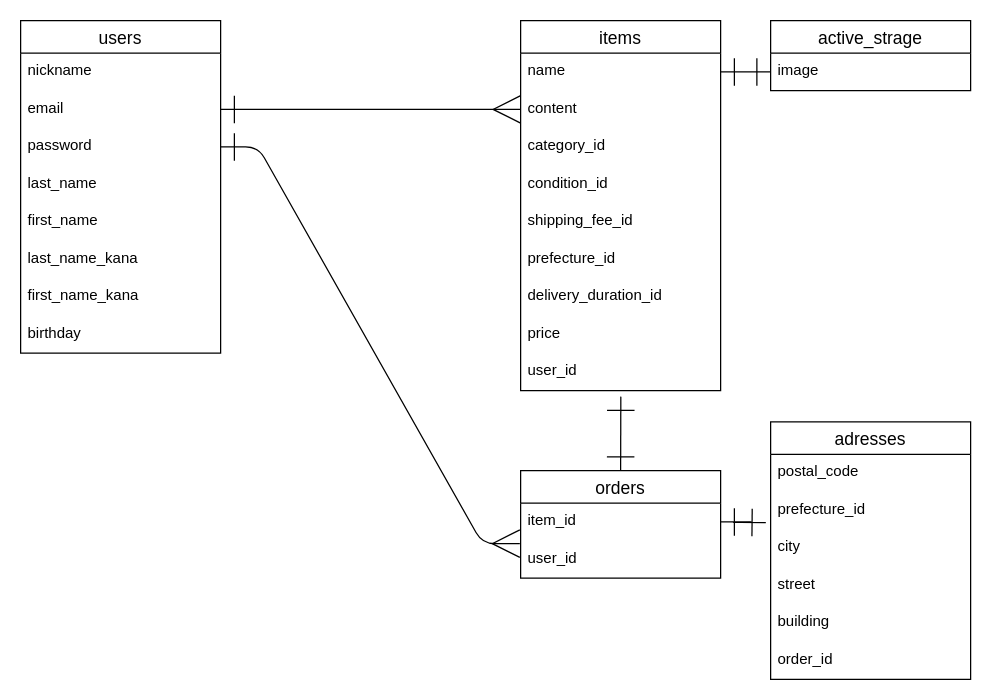
Earlier version of the draw.io diagram furima.dio (KEYproducts/furima-39283). Source tidied: cells renumbered, new cells numbered last; positions are measured from the earlier drawing's top-left corner, leaving out a move shared by most shapes. Both pictures are drawn from the tidied source at 125%, with x=0, y=0 at pixel (20, 20).
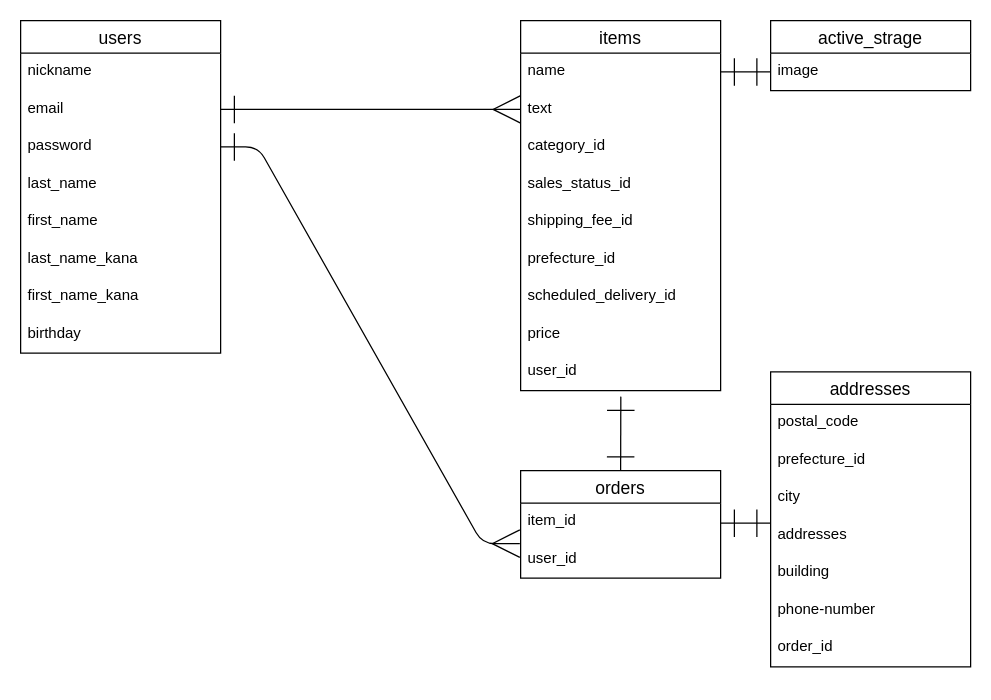
Above is the later version.

Commit message (it also covers changes not shown here):
ER図・READMEの変更

itemsテーブル/aderessesテーブル
・カラム名をid名と整合性のとれたものに変更

The change refers to these unchanged cells:
```xml
<mxCell id="13" value="items" style="swimlane;fontStyle=0;horizontal=1;startSize=26;align=center;fontSize=14;" parent="1" vertex="1">
  <mxGeometry x="400" width="160" height="296" as="geometry" />
</mxCell>
<mxCell id="25" value="item_id" style="text;strokeColor=none;fillColor=none;spacingLeft=4;spacingRight=4;overflow=hidden;points=[[0,0.5],[1,0.5]];portConstraint=eastwest;fontSize=12;" parent="24" vertex="1">
  <mxGeometry y="26" width="160" height="30" as="geometry" />
</mxCell>
<mxCell id="29" value="prefecture_id" style="text;strokeColor=none;fillColor=none;spacingLeft=4;spacingRight=4;overflow=hidden;points=[[0,0.5],[1,0.5]];portConstraint=eastwest;fontSize=12;" parent="27" vertex="1">
  <mxGeometry y="56" width="160" height="30" as="geometry" />
</mxCell>
```

Change to the diagram source:
```diff
@@
-    <mxCell id="15" value="content" style="text;strokeColor=none;fillColor=none;spacingLeft=4;spacingRight=4;overflow=hidden;points=[[0,0.5],[1,0.5]];portConstraint=eastwest;fontSize=12;" parent="13" vertex="1">
+    <mxCell id="15" value="text" style="text;strokeColor=none;fillColor=none;spacingLeft=4;spacingRight=4;overflow=hidden;points=[[0,0.5],[1,0.5]];portConstraint=eastwest;fontSize=12;" parent="13" vertex="1">
       <mxGeometry y="56" width="160" height="30" as="geometry" />
     </mxCell>
@@
-    <mxCell id="17" value="condition_id" style="text;strokeColor=none;fillColor=none;spacingLeft=4;spacingRight=4;overflow=hidden;fontSize=12;" parent="13" vertex="1">
+    <mxCell id="17" value="sales_status_id" style="text;strokeColor=none;fillColor=none;spacingLeft=4;spacingRight=4;overflow=hidden;fontSize=12;" parent="13" vertex="1">
       <mxGeometry y="116" width="160" height="30" as="geometry" />
     </mxCell>
@@
-    <mxCell id="20" value="delivery_duration_id" style="text;strokeColor=none;fillColor=none;spacingLeft=4;spacingRight=4;overflow=hidden;fontSize=12;" parent="13" vertex="1">
+    <mxCell id="20" value="scheduled_delivery_id" style="text;strokeColor=none;fillColor=none;spacingLeft=4;spacingRight=4;overflow=hidden;fontSize=12;" parent="13" vertex="1">
       <mxGeometry y="206" width="160" height="30" as="geometry" />
     </mxCell>
@@
-    <mxCell id="27" value="adresses" style="swimlane;fontStyle=0;horizontal=1;startSize=26;align=center;fontSize=14;" parent="1" vertex="1">
-      <mxGeometry x="600" y="321" width="160" height="206" as="geometry" />
+    <mxCell id="27" value="addresses" style="swimlane;fontStyle=0;horizontal=1;startSize=26;align=center;fontSize=14;" parent="1" vertex="1">
+      <mxGeometry x="600" y="281" width="160" height="236" as="geometry" />
     </mxCell>
@@
-    <mxCell id="31" value="street" style="text;strokeColor=none;fillColor=none;spacingLeft=4;spacingRight=4;overflow=hidden;fontSize=12;" parent="27" vertex="1">
+    <mxCell id="31" value="addresses" style="text;strokeColor=none;fillColor=none;spacingLeft=4;spacingRight=4;overflow=hidden;fontSize=12;" parent="27" vertex="1">
       <mxGeometry y="116" width="160" height="30" as="geometry" />
     </mxCell>
@@
+    <mxCell id="38" value="phone-number" style="text;strokeColor=none;fillColor=none;spacingLeft=4;spacingRight=4;overflow=hidden;fontSize=12;" parent="27" vertex="1">
+      <mxGeometry y="176" width="160" height="30" as="geometry" />
+    </mxCell>
     <mxCell id="33" value="order_id" style="text;strokeColor=none;fillColor=none;spacingLeft=4;spacingRight=4;overflow=hidden;fontSize=12;" parent="27" vertex="1">
-      <mxGeometry y="176" width="160" height="30" as="geometry" />
+      <mxGeometry y="206" width="160" height="30" as="geometry" />
     </mxCell>
@@
-    <mxCell id="37" style="edgeStyle=entityRelationEdgeStyle;html=1;exitX=1;exitY=0.5;exitDx=0;exitDy=0;entryX=-0.024;entryY=0.82;entryDx=0;entryDy=0;entryPerimeter=0;startArrow=ERone;startFill=0;endArrow=ERone;endFill=0;startSize=20;endSize=20;" parent="1" edge="1" source="25" target="29">
-      <mxGeometry relative="1" as="geometry" />
+    <mxCell id="37" style="html=1;exitX=1;exitY=0.5;exitDx=0;exitDy=0;startArrow=ERone;startFill=0;endArrow=ERone;endFill=0;startSize=20;endSize=20;" parent="1" edge="1">
+      <mxGeometry relative="1" as="geometry">
+        <mxPoint x="560" y="402" as="sourcePoint" />
+        <mxPoint x="600" y="402" as="targetPoint" />
+      </mxGeometry>
     </mxCell>
```
